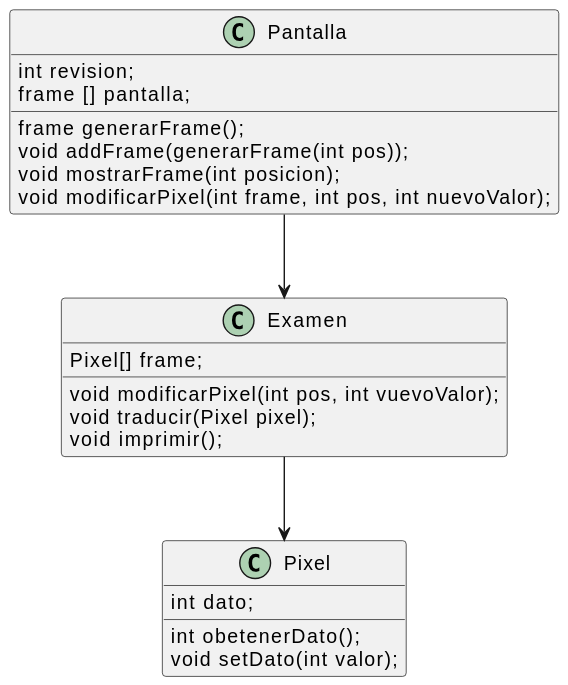
This is entregas/castilloCayetano/reto-000/plantUML/ejercicio1.svg from mmasias/24-25-EDA2, a PlantUML export, as it was before one commit.
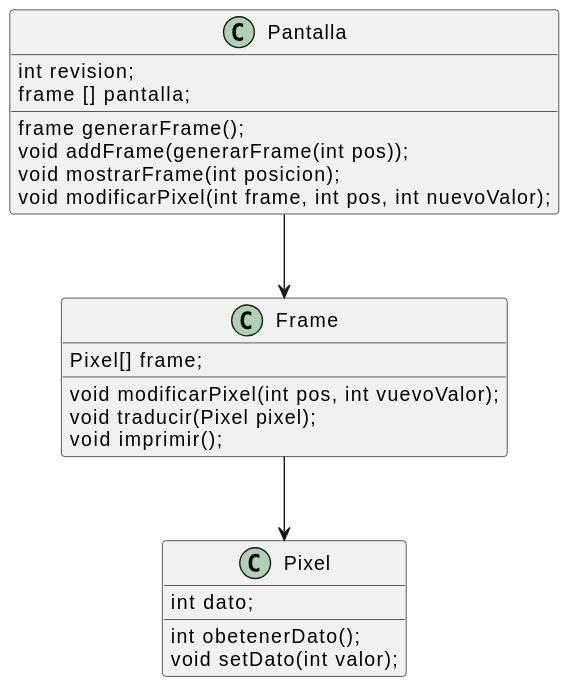
After the change.

Diff of the diagram source:
```diff
@@ -5,7 +5,7 @@
 void setDato(int valor);
 }
 
-class Examen {
+class Frame {
 Pixel[] frame;
 void modificarPixel(int pos, int vuevoValor);
 void traducir(Pixel pixel);
@@ -21,6 +21,6 @@
 void modificarPixel(int frame, int pos, int nuevoValor);
 }
 
-Pantalla --> Examen
-Examen --> Pixel
+Pantalla --> Frame
+Frame --> Pixel
 @enduml
```
